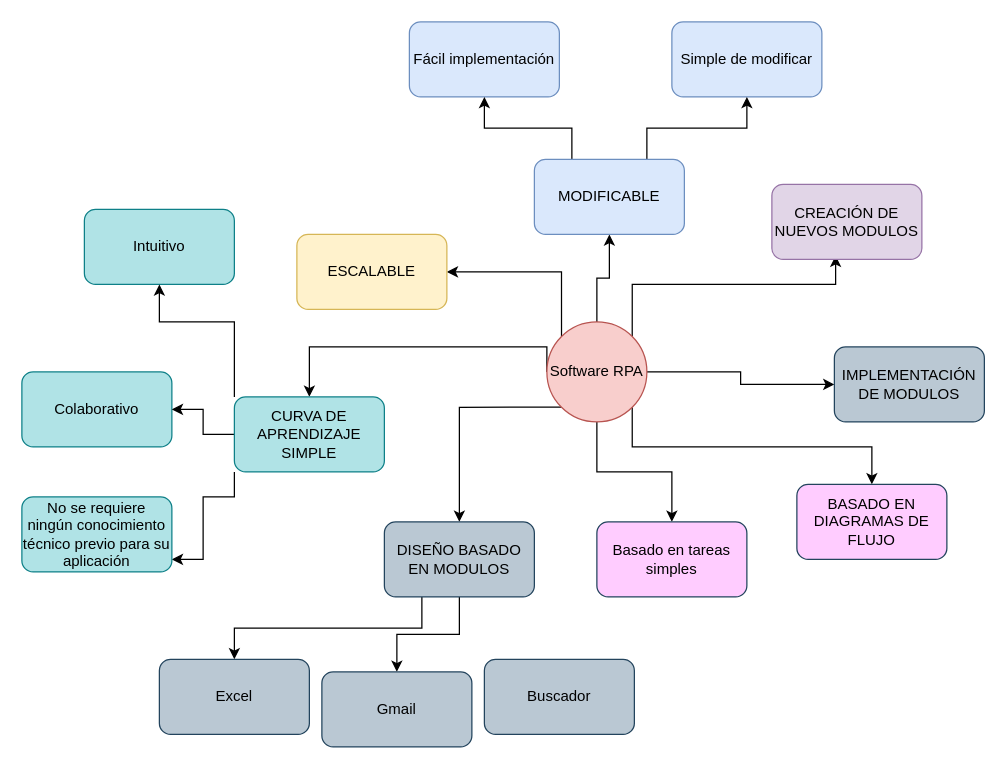
The draw.io diagram Untitled Diagram.drawio in AleSaJa/AleSaJa.github.io, before the edit. Source tidied: cells renumbered, new cells numbered last; positions are measured from the earlier drawing's top-left corner, leaving out a move shared by most shapes. Both pictures are drawn from the tidied source at 125%, with x=0, y=0 at pixel (21, 21).
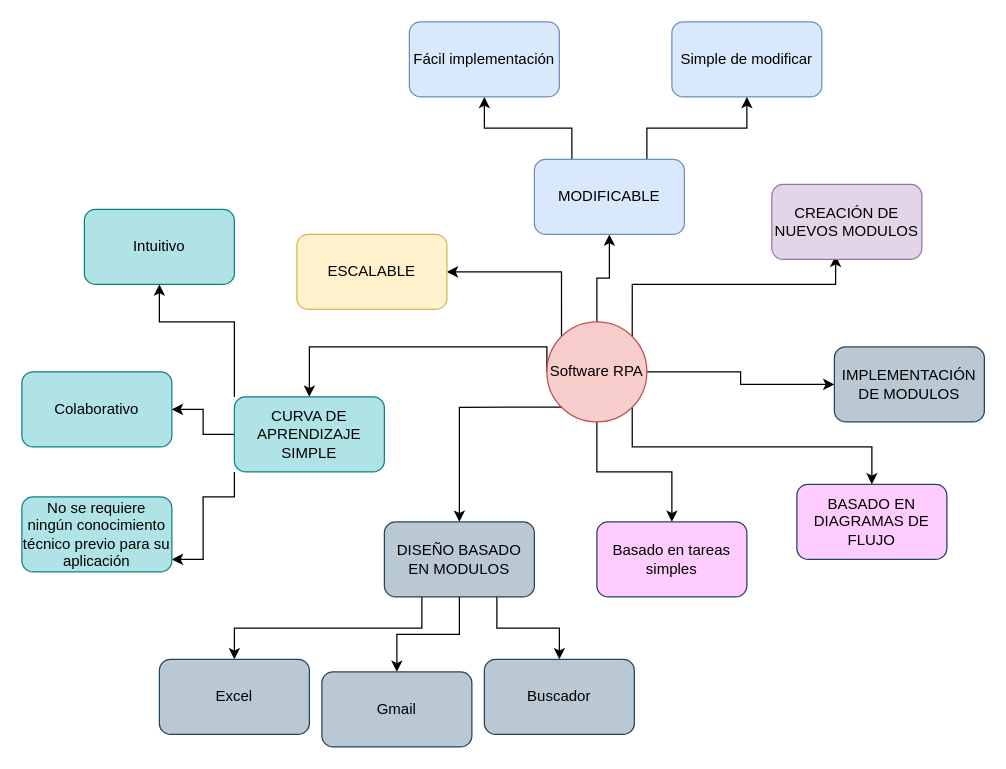
The same page after the edit.

Unchanged cells that the change refers to:
```xml
<mxCell id="30" value="DISEÑO BASADO EN MODULOS" style="rounded=1;whiteSpace=wrap;html=1;fillColor=#bac8d3;strokeColor=#23445d;" parent="1" vertex="1">
  <mxGeometry x="290" y="400" width="120" height="60" as="geometry" />
</mxCell>
<mxCell id="33" value="Buscador" style="rounded=1;whiteSpace=wrap;html=1;fillColor=#bac8d3;strokeColor=#23445d;" parent="1" vertex="1">
  <mxGeometry x="370" y="510" width="120" height="60" as="geometry" />
</mxCell>
```

The edit, as a diff of the source:
```diff
@@
+    <mxCell id="34" style="edgeStyle=orthogonalEdgeStyle;rounded=0;jettySize=auto;html=1;exitX=0.75;exitY=1;exitDx=0;exitDy=0;" parent="1" edge="1" source="30" target="33">
+      <mxGeometry relative="1" as="geometry" />
+    </mxCell>
```
